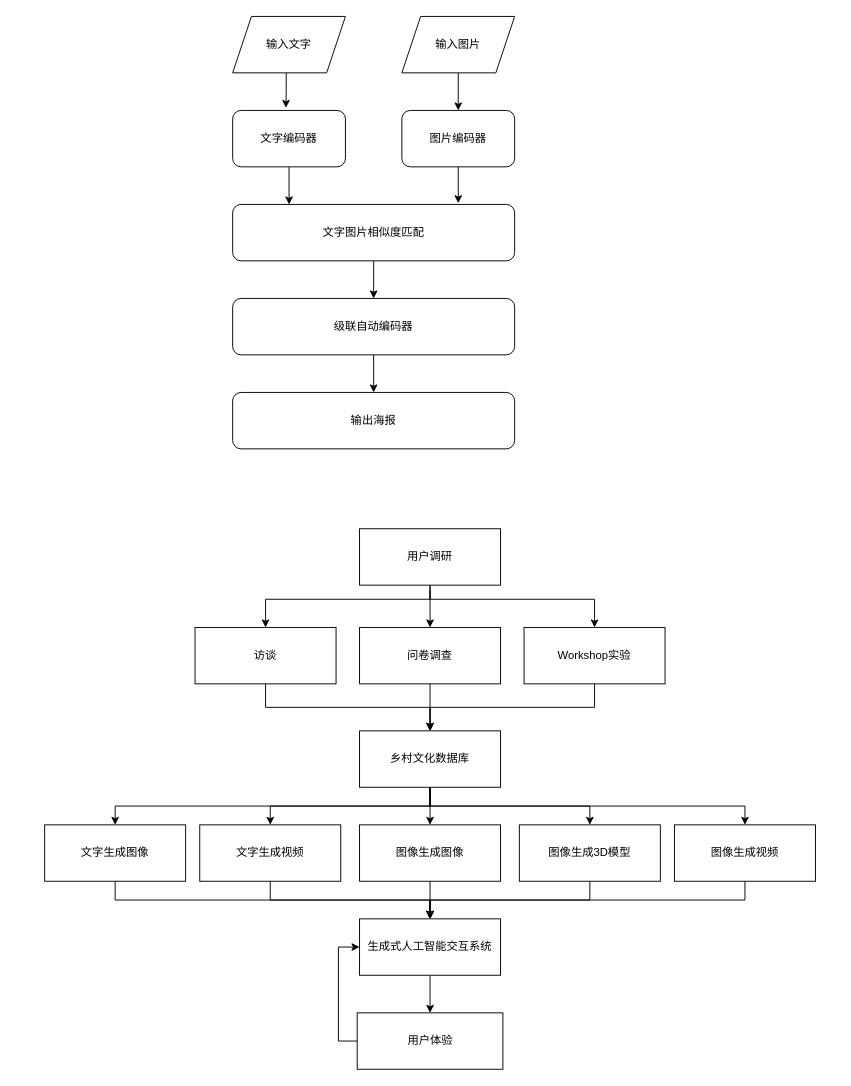
This is 未命名绘图.drawio from Qian-kj/home, a draw.io file, before an edit. Source tidied: cells renumbered, new cells numbered last; positions are measured from the earlier drawing's top-left corner, leaving out a move shared by most shapes. Both pictures are drawn from the tidied source at 94%, with x=0, y=0 at pixel (44, 16).
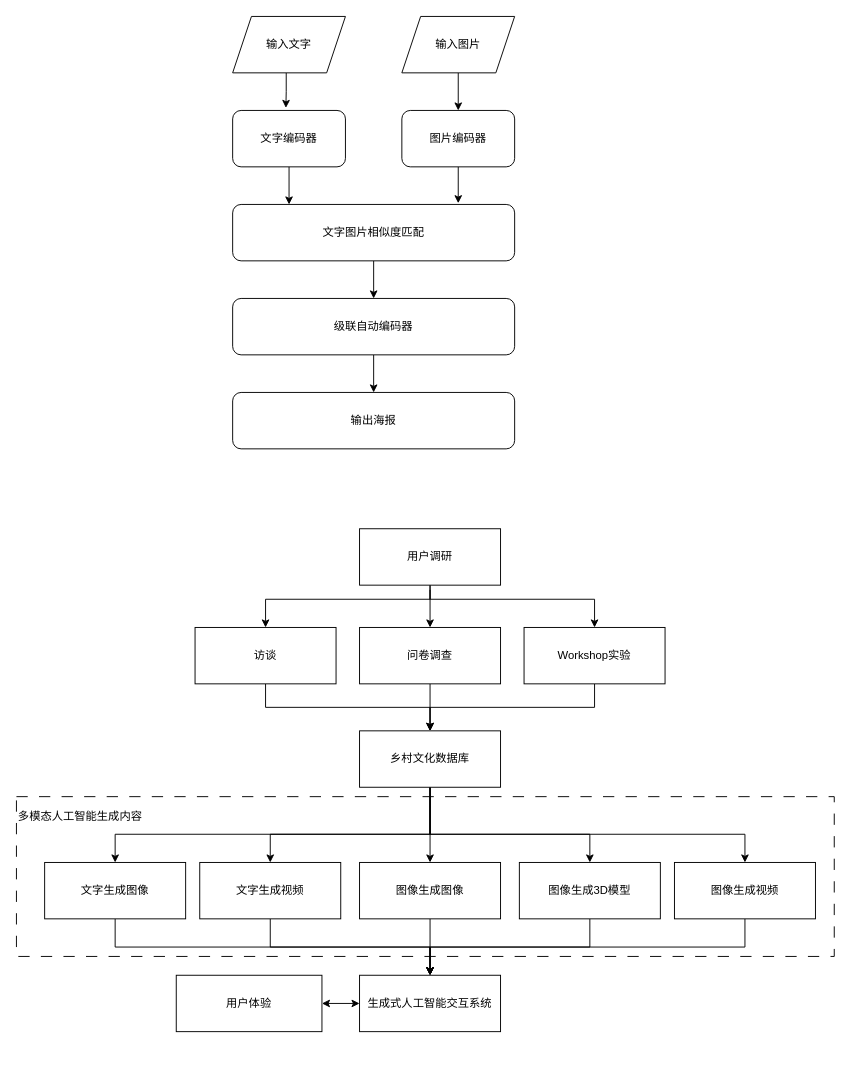
After the change.

Commit message:
更新未命名绘图.drawio

The change refers to these unchanged cells:
```xml
<mxCell id="20" value="乡村文化数据库" style="rounded=0;whiteSpace=wrap;html=1;" parent="1" vertex="1">
  <mxGeometry x="335" y="760" width="150" height="60" as="geometry" />
</mxCell>
```

Change to the diagram source:
```diff
@@
     <mxCell id="16" style="edgeStyle=orthogonalEdgeStyle;rounded=0;jettySize=auto;html=1;" parent="1" edge="1" source="20" target="38">
       <mxGeometry relative="1" as="geometry">
         <Array as="points">
-          <mxPoint x="410" y="840" />
-          <mxPoint x="240" y="840" />
+          <mxPoint x="410" y="870" />
+          <mxPoint x="240" y="870" />
         </Array>
       </mxGeometry>
     </mxCell>
     <mxCell id="17" style="edgeStyle=orthogonalEdgeStyle;rounded=0;jettySize=auto;html=1;entryX=0.5;entryY=0;entryDx=0;entryDy=0;" parent="1" edge="1" source="20" target="36">
       <mxGeometry relative="1" as="geometry">
         <Array as="points">
-          <mxPoint x="410" y="840" />
-          <mxPoint x="75" y="840" />
+          <mxPoint x="410" y="870" />
+          <mxPoint x="75" y="870" />
         </Array>
       </mxGeometry>
     </mxCell>
     <mxCell id="18" style="edgeStyle=orthogonalEdgeStyle;rounded=0;jettySize=auto;html=1;entryX=0.5;entryY=0;entryDx=0;entryDy=0;" parent="1" edge="1" source="20" target="42">
       <mxGeometry relative="1" as="geometry">
         <Array as="points">
-          <mxPoint x="410" y="840" />
-          <mxPoint x="580" y="840" />
+          <mxPoint x="410" y="870" />
+          <mxPoint x="580" y="870" />
         </Array>
       </mxGeometry>
     </mxCell>
     <mxCell id="19" style="edgeStyle=orthogonalEdgeStyle;rounded=0;jettySize=auto;html=1;entryX=0.5;entryY=0;entryDx=0;entryDy=0;" parent="1" edge="1" source="20" target="44">
       <mxGeometry relative="1" as="geometry">
         <Array as="points">
-          <mxPoint x="410" y="840" />
-          <mxPoint x="745" y="840" />
+          <mxPoint x="410" y="870" />
+          <mxPoint x="745" y="870" />
         </Array>
       </mxGeometry>
     </mxCell>
@@
-    <mxCell id="25" style="edgeStyle=orthogonalEdgeStyle;rounded=0;jettySize=auto;html=1;entryX=0.5;entryY=0;entryDx=0;entryDy=0;" parent="1" edge="1" source="26" target="28">
-      <mxGeometry relative="1" as="geometry" />
-    </mxCell>
     <mxCell id="26" value="生成式人工智能交互系统" style="rounded=0;whiteSpace=wrap;html=1;" parent="1" vertex="1">
-      <mxGeometry x="335" y="960" width="150" height="60" as="geometry" />
+      <mxGeometry x="335" y="1020" width="150" height="60" as="geometry" />
     </mxCell>
-    <mxCell id="27" style="edgeStyle=orthogonalEdgeStyle;rounded=0;jettySize=auto;html=1;entryX=0;entryY=0.5;entryDx=0;entryDy=0;exitX=0;exitY=0.5;exitDx=0;exitDy=0;" parent="1" edge="1" source="28" target="26">
-      <mxGeometry relative="1" as="geometry" />
-    </mxCell>
-    <mxCell id="28" value="用户体验" style="rounded=0;whiteSpace=wrap;html=1;" parent="1" vertex="1">
-      <mxGeometry x="332.5" y="1060" width="155" height="60" as="geometry" />
-    </mxCell>
@@
     <mxCell id="36" value="文字生成图像" style="rounded=0;whiteSpace=wrap;html=1;" parent="1" vertex="1">
-      <mxGeometry y="860" width="150" height="60" as="geometry" />
+      <mxGeometry y="900" width="150" height="60" as="geometry" />
     </mxCell>
@@
     <mxCell id="38" value="文字生成视频" style="rounded=0;whiteSpace=wrap;html=1;" parent="1" vertex="1">
-      <mxGeometry x="165" y="860" width="150" height="60" as="geometry" />
+      <mxGeometry x="165" y="900" width="150" height="60" as="geometry" />
     </mxCell>
@@
     <mxCell id="40" value="图像生成图像" style="rounded=0;whiteSpace=wrap;html=1;" parent="1" vertex="1">
-      <mxGeometry x="335" y="860" width="150" height="60" as="geometry" />
+      <mxGeometry x="335" y="900" width="150" height="60" as="geometry" />
     </mxCell>
@@
     <mxCell id="42" value="图像生成3D模型" style="rounded=0;whiteSpace=wrap;html=1;" parent="1" vertex="1">
-      <mxGeometry x="505" y="860" width="150" height="60" as="geometry" />
+      <mxGeometry x="505" y="900" width="150" height="60" as="geometry" />
     </mxCell>
@@
     <mxCell id="44" value="图像生成视频" style="rounded=0;whiteSpace=wrap;html=1;" parent="1" vertex="1">
-      <mxGeometry x="670" y="860" width="150" height="60" as="geometry" />
+      <mxGeometry x="670" y="900" width="150" height="60" as="geometry" />
     </mxCell>
+    <mxCell id="27" style="edgeStyle=orthogonalEdgeStyle;rounded=0;jettySize=auto;html=1;entryX=0;entryY=0.5;entryDx=0;entryDy=0;startArrow=classic;startFill=1;" parent="1" edge="1" source="28" target="26">
+      <mxGeometry relative="1" as="geometry" />
+    </mxCell>
+    <mxCell id="28" value="用户体验" style="rounded=0;whiteSpace=wrap;html=1;" parent="1" vertex="1">
+      <mxGeometry x="140" y="1020" width="155" height="60" as="geometry" />
+    </mxCell>
+    <mxCell id="45" value="&lt;div style=&quot;&quot;&gt;&lt;span style=&quot;background-color: initial;&quot;&gt;多模态人工智能生成内容&lt;/span&gt;&lt;/div&gt;&lt;br&gt;&lt;br&gt;&lt;br&gt;&lt;br&gt;&lt;br&gt;&lt;br&gt;&lt;br&gt;&lt;br&gt;&lt;br&gt;" style="rounded=0;whiteSpace=wrap;html=1;fillColor=none;dashed=1;dashPattern=12 12;align=left;" parent="1" vertex="1">
+      <mxGeometry x="-30" y="830" width="870" height="170" as="geometry" />
+    </mxCell>
```
